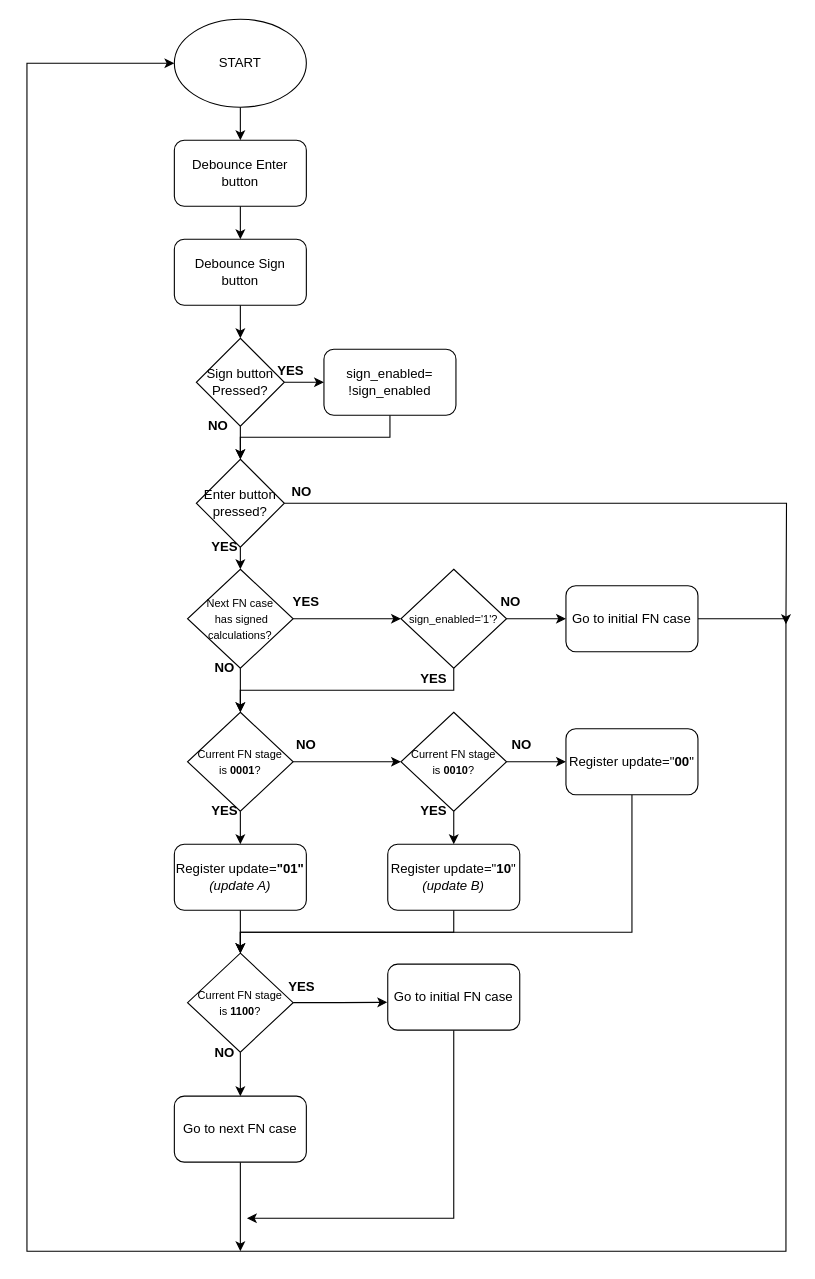
Above: Diagrams/Alu cntrl.drawio in beeeeep/VHDL_lab3 (draw.io), before the change. Source tidied: cells renumbered, new cells numbered last; positions are measured from the earlier drawing's top-left corner, leaving out a move shared by most shapes. Both pictures are drawn from the tidied source at 110%, with x=0, y=0 at pixel (26, 19).
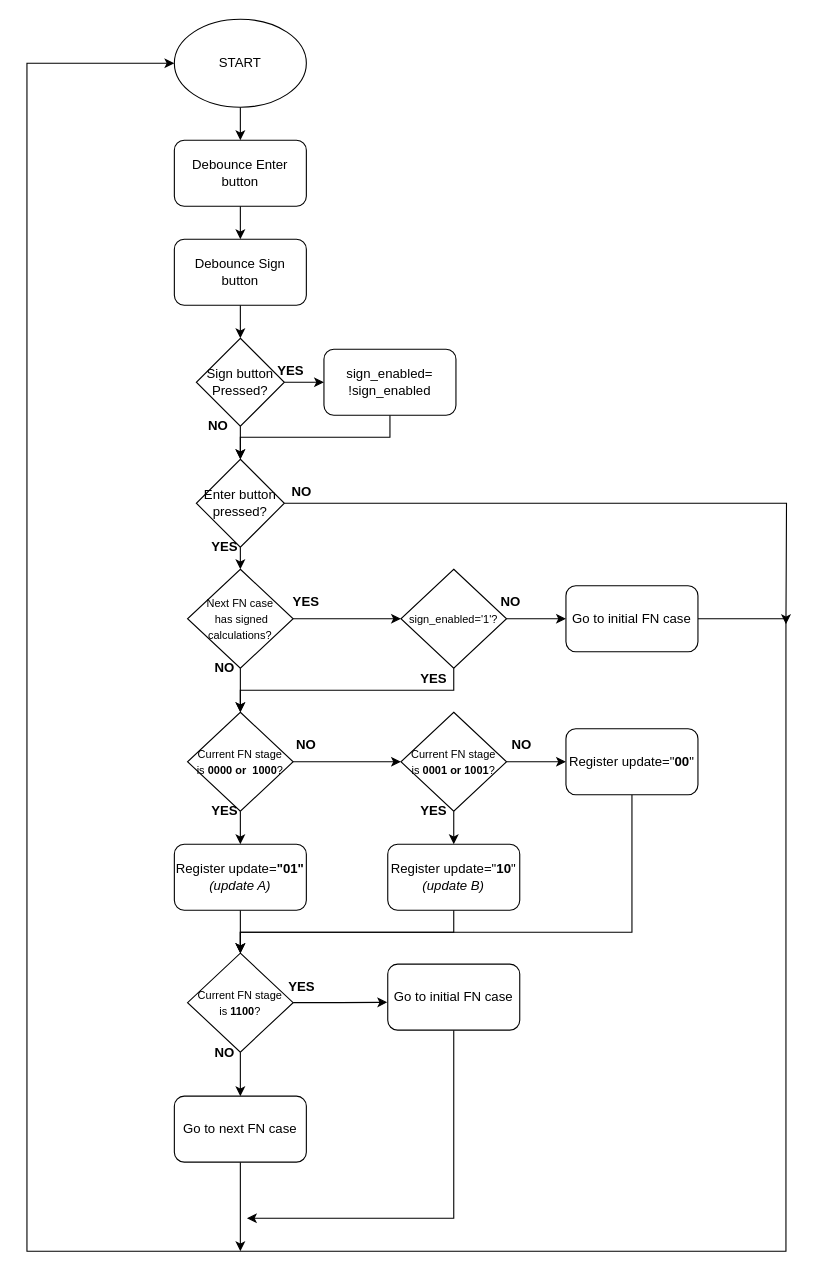
The same page after the edit.

What changed in the source:
```diff
@@
-    <mxCell id="30" value="&lt;span style=&quot;font-size: 10px&quot;&gt;Current FN stage is&amp;nbsp;&lt;b&gt;0001&lt;/b&gt;?&lt;/span&gt;" style="rhombus;whiteSpace=wrap;html=1;" parent="1" vertex="1">
+    <mxCell id="30" value="&lt;span style=&quot;font-size: 10px&quot;&gt;Current FN stage is&amp;nbsp;&lt;b&gt;0000 or&amp;nbsp; 1000&lt;/b&gt;?&lt;/span&gt;" style="rhombus;whiteSpace=wrap;html=1;" parent="1" vertex="1">
       <mxGeometry x="146" y="630" width="96" height="90" as="geometry" />
     </mxCell>
@@
-    <mxCell id="35" value="&lt;span style=&quot;font-size: 10px&quot;&gt;Current FN stage is&amp;nbsp;&lt;b&gt;0010&lt;/b&gt;?&lt;/span&gt;" style="rhombus;whiteSpace=wrap;html=1;" parent="1" vertex="1">
+    <mxCell id="35" value="&lt;span style=&quot;font-size: 10px&quot;&gt;Current FN stage is&amp;nbsp;&lt;b&gt;0001 or 1001&lt;/b&gt;?&lt;/span&gt;" style="rhombus;whiteSpace=wrap;html=1;" parent="1" vertex="1">
       <mxGeometry x="340" y="630" width="96" height="90" as="geometry" />
     </mxCell>
```
